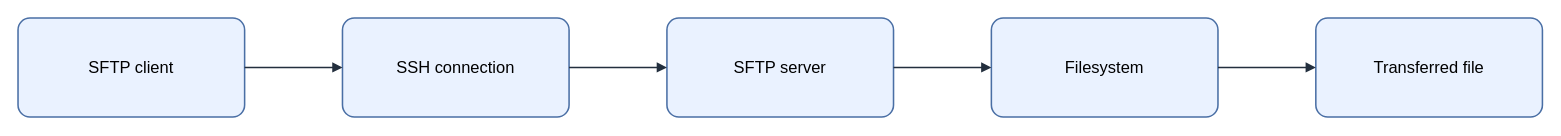
This is assets/img/linux/sftp-file-transfer-flow.drawio from KKamJi98/kkamji98.github.io, a draw.io file, before an edit. Source tidied: cells renumbered, new cells numbered last; positions are measured from the earlier drawing's top-left corner, leaving out a move shared by most shapes. Both pictures are drawn from the tidied source at 103%, with x=0, y=0 at pixel (18, 18).
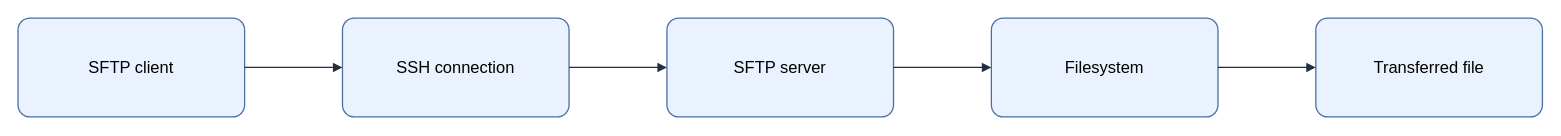
After the change.

Diff of the diagram source:
```diff
@@
 <mxGraphModel background="#FFFFFF">
   <root>
     <mxCell id="0" />
     <mxCell id="1" parent="0" />
-    <mxCell id="2" value="&lt;font style=&quot;color: rgb(0, 0, 0);&quot;&gt;SFTP client&lt;/font&gt;" style="rounded=1;arcSize=12;whiteSpace=wrap;html=1;fillColor=#EAF2FF;strokeColor=#4A6FA5;strokeWidth=1.5;fontColor=#000000;fontSize=16;align=center;verticalAlign=middle;spacing=8;shadow=0;" parent="1" vertex="1">
+    <mxCell id="2" value="SFTP client" style="rounded=1;arcSize=12;whiteSpace=wrap;html=0;fillColor=#EAF2FF;strokeColor=#4A6FA5;strokeWidth=1.25;fontColor=#000000;fontSize=16;align=center;verticalAlign=middle;spacing=8;shadow=0;" parent="1" vertex="1">
       <mxGeometry width="220" height="96" as="geometry" />
     </mxCell>
-    <mxCell id="3" value="&lt;font style=&quot;color: rgb(0, 0, 0);&quot;&gt;SSH connection&lt;/font&gt;" style="rounded=1;arcSize=12;whiteSpace=wrap;html=1;fillColor=#EAF2FF;strokeColor=#4A6FA5;strokeWidth=1.5;fontColor=#000000;fontSize=16;align=center;verticalAlign=middle;spacing=8;shadow=0;" parent="1" vertex="1">
+    <mxCell id="3" value="SSH connection" style="rounded=1;arcSize=12;whiteSpace=wrap;html=0;fillColor=#EAF2FF;strokeColor=#4A6FA5;strokeWidth=1.25;fontColor=#000000;fontSize=16;align=center;verticalAlign=middle;spacing=8;shadow=0;" parent="1" vertex="1">
       <mxGeometry x="315" width="220" height="96" as="geometry" />
     </mxCell>
-    <mxCell id="4" value="&lt;font style=&quot;color: rgb(0, 0, 0);&quot;&gt;SFTP server&lt;/font&gt;" style="rounded=1;arcSize=12;whiteSpace=wrap;html=1;fillColor=#EAF2FF;strokeColor=#4A6FA5;strokeWidth=1.5;fontColor=#000000;fontSize=16;align=center;verticalAlign=middle;spacing=8;shadow=0;" parent="1" vertex="1">
+    <mxCell id="4" value="SFTP server" style="rounded=1;arcSize=12;whiteSpace=wrap;html=0;fillColor=#EAF2FF;strokeColor=#4A6FA5;strokeWidth=1.25;fontColor=#000000;fontSize=16;align=center;verticalAlign=middle;spacing=8;shadow=0;" parent="1" vertex="1">
       <mxGeometry x="630" width="220" height="96" as="geometry" />
     </mxCell>
-    <mxCell id="5" value="&lt;font style=&quot;color: rgb(0, 0, 0);&quot;&gt;Filesystem&lt;/font&gt;" style="rounded=1;arcSize=12;whiteSpace=wrap;html=1;fillColor=#EAF2FF;strokeColor=#4A6FA5;strokeWidth=1.5;fontColor=#000000;fontSize=16;align=center;verticalAlign=middle;spacing=8;shadow=0;" parent="1" vertex="1">
+    <mxCell id="5" value="Filesystem" style="rounded=1;arcSize=12;whiteSpace=wrap;html=0;fillColor=#EAF2FF;strokeColor=#4A6FA5;strokeWidth=1.25;fontColor=#000000;fontSize=16;align=center;verticalAlign=middle;spacing=8;shadow=0;" parent="1" vertex="1">
       <mxGeometry x="945" width="220" height="96" as="geometry" />
     </mxCell>
-    <mxCell id="6" value="&lt;font style=&quot;color: rgb(0, 0, 0);&quot;&gt;Transferred file&lt;/font&gt;" style="rounded=1;arcSize=12;whiteSpace=wrap;html=1;fillColor=#EAF2FF;strokeColor=#4A6FA5;strokeWidth=1.5;fontColor=#000000;fontSize=16;align=center;verticalAlign=middle;spacing=8;shadow=0;" parent="1" vertex="1">
+    <mxCell id="6" value="Transferred file" style="rounded=1;arcSize=12;whiteSpace=wrap;html=0;fillColor=#EAF2FF;strokeColor=#4A6FA5;strokeWidth=1.25;fontColor=#000000;fontSize=16;align=center;verticalAlign=middle;spacing=8;shadow=0;" parent="1" vertex="1">
       <mxGeometry x="1260" width="220" height="96" as="geometry" />
     </mxCell>
-    <mxCell id="7" style="edgeStyle=orthogonalEdgeStyle;rounded=0;jettySize=auto;html=1;endArrow=block;endFill=1;strokeColor=#232F3E;strokeWidth=1.5;fontColor=#000000;labelBackgroundColor=none;exitX=1;exitY=0.5;exitDx=0;exitDy=0;entryX=0;entryY=0.5;entryDx=0;entryDy=0;" parent="1" edge="1" source="2" target="3">
+    <mxCell id="7" style="edgeStyle=orthogonalEdgeStyle;rounded=0;jettySize=auto;html=0;endArrow=block;endFill=1;strokeColor=#232F3E;strokeWidth=1.25;fontColor=#000000;labelBackgroundColor=none;exitX=1;exitY=0.5;exitDx=0;exitDy=0;entryX=0;entryY=0.5;entryDx=0;entryDy=0;" parent="1" edge="1" source="2" target="3">
       <mxGeometry relative="1" as="geometry" />
     </mxCell>
-    <mxCell id="8" style="edgeStyle=orthogonalEdgeStyle;rounded=0;jettySize=auto;html=1;endArrow=block;endFill=1;strokeColor=#232F3E;strokeWidth=1.5;fontColor=#000000;labelBackgroundColor=none;exitX=1;exitY=0.5;exitDx=0;exitDy=0;entryX=0;entryY=0.5;entryDx=0;entryDy=0;" parent="1" edge="1" source="3" target="4">
+    <mxCell id="8" style="edgeStyle=orthogonalEdgeStyle;rounded=0;jettySize=auto;html=0;endArrow=block;endFill=1;strokeColor=#232F3E;strokeWidth=1.25;fontColor=#000000;labelBackgroundColor=none;exitX=1;exitY=0.5;exitDx=0;exitDy=0;entryX=0;entryY=0.5;entryDx=0;entryDy=0;" parent="1" edge="1" source="3" target="4">
       <mxGeometry relative="1" as="geometry" />
     </mxCell>
-    <mxCell id="9" style="edgeStyle=orthogonalEdgeStyle;rounded=0;jettySize=auto;html=1;endArrow=block;endFill=1;strokeColor=#232F3E;strokeWidth=1.5;fontColor=#000000;labelBackgroundColor=none;exitX=1;exitY=0.5;exitDx=0;exitDy=0;entryX=0;entryY=0.5;entryDx=0;entryDy=0;" parent="1" edge="1" source="4" target="5">
+    <mxCell id="9" style="edgeStyle=orthogonalEdgeStyle;rounded=0;jettySize=auto;html=0;endArrow=block;endFill=1;strokeColor=#232F3E;strokeWidth=1.25;fontColor=#000000;labelBackgroundColor=none;exitX=1;exitY=0.5;exitDx=0;exitDy=0;entryX=0;entryY=0.5;entryDx=0;entryDy=0;" parent="1" edge="1" source="4" target="5">
       <mxGeometry relative="1" as="geometry" />
     </mxCell>
-    <mxCell id="10" style="edgeStyle=orthogonalEdgeStyle;rounded=0;jettySize=auto;html=1;endArrow=block;endFill=1;strokeColor=#232F3E;strokeWidth=1.5;fontColor=#000000;labelBackgroundColor=none;exitX=1;exitY=0.5;exitDx=0;exitDy=0;entryX=0;entryY=0.5;entryDx=0;entryDy=0;" parent="1" edge="1" source="5" target="6">
+    <mxCell id="10" style="edgeStyle=orthogonalEdgeStyle;rounded=0;jettySize=auto;html=0;endArrow=block;endFill=1;strokeColor=#232F3E;strokeWidth=1.25;fontColor=#000000;labelBackgroundColor=none;exitX=1;exitY=0.5;exitDx=0;exitDy=0;entryX=0;entryY=0.5;entryDx=0;entryDy=0;" parent="1" edge="1" source="5" target="6">
       <mxGeometry relative="1" as="geometry" />
     </mxCell>
   </root>
 </mxGraphModel>
```
